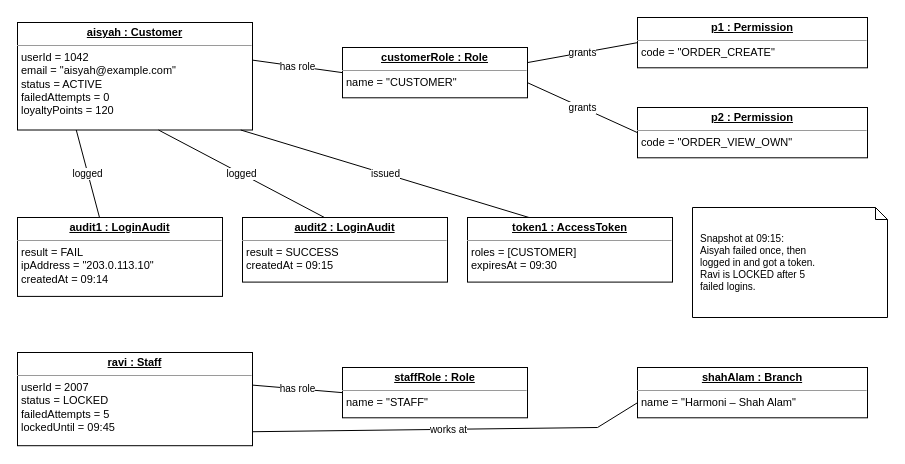
Earlier version of the draw.io diagram uam_object.drawio (Zakwan221/laundrycare-diagrams). Source tidied: cells renumbered, new cells numbered last; positions are measured from the earlier drawing's top-left corner, leaving out a move shared by most shapes. Both pictures are drawn from the tidied source at 100%, with x=0, y=0 at pixel (17, 17).
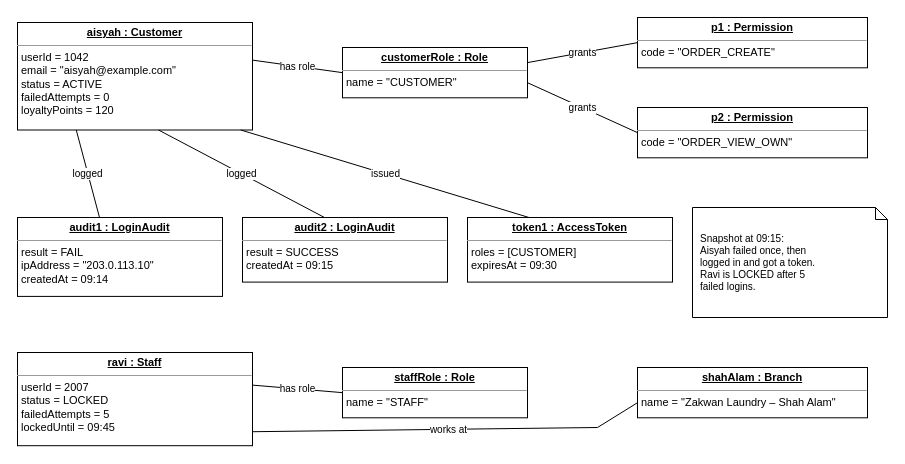
The same diagram, later.

Commit message (it also covers changes not shown here):
Rename system to Zakwan Laundry

Diff of the diagram source:
```diff
@@
-    <mxCell id="11" value="&lt;p style=&quot;margin:0px;margin-top:4px;text-align:center;&quot;&gt;&lt;u&gt;&lt;b&gt;shahAlam : Branch&lt;/b&gt;&lt;/u&gt;&lt;/p&gt;&lt;hr size=&quot;1&quot;/&gt;&lt;p style=&quot;margin:0px;margin-left:4px;&quot;&gt;name = &amp;quot;Harmoni – Shah Alam&amp;quot;&lt;/p&gt;" style="rounded=0;html=1;align=left;verticalAlign=top;overflow=fill;fontFamily=Arial;fontSize=11;fillColor=#ffffff;strokeColor=#000000;" parent="1" vertex="1">
+    <mxCell id="11" value="&lt;p style=&quot;margin:0px;margin-top:4px;text-align:center;&quot;&gt;&lt;u&gt;&lt;b&gt;shahAlam : Branch&lt;/b&gt;&lt;/u&gt;&lt;/p&gt;&lt;hr size=&quot;1&quot;/&gt;&lt;p style=&quot;margin:0px;margin-left:4px;&quot;&gt;name = &amp;quot;Zakwan Laundry – Shah Alam&amp;quot;&lt;/p&gt;" style="rounded=0;html=1;align=left;verticalAlign=top;overflow=fill;fontFamily=Arial;fontSize=11;fillColor=#ffffff;strokeColor=#000000;" parent="1" vertex="1">
       <mxGeometry x="620" y="350" width="230" height="50.3" as="geometry" />
     </mxCell>
```
